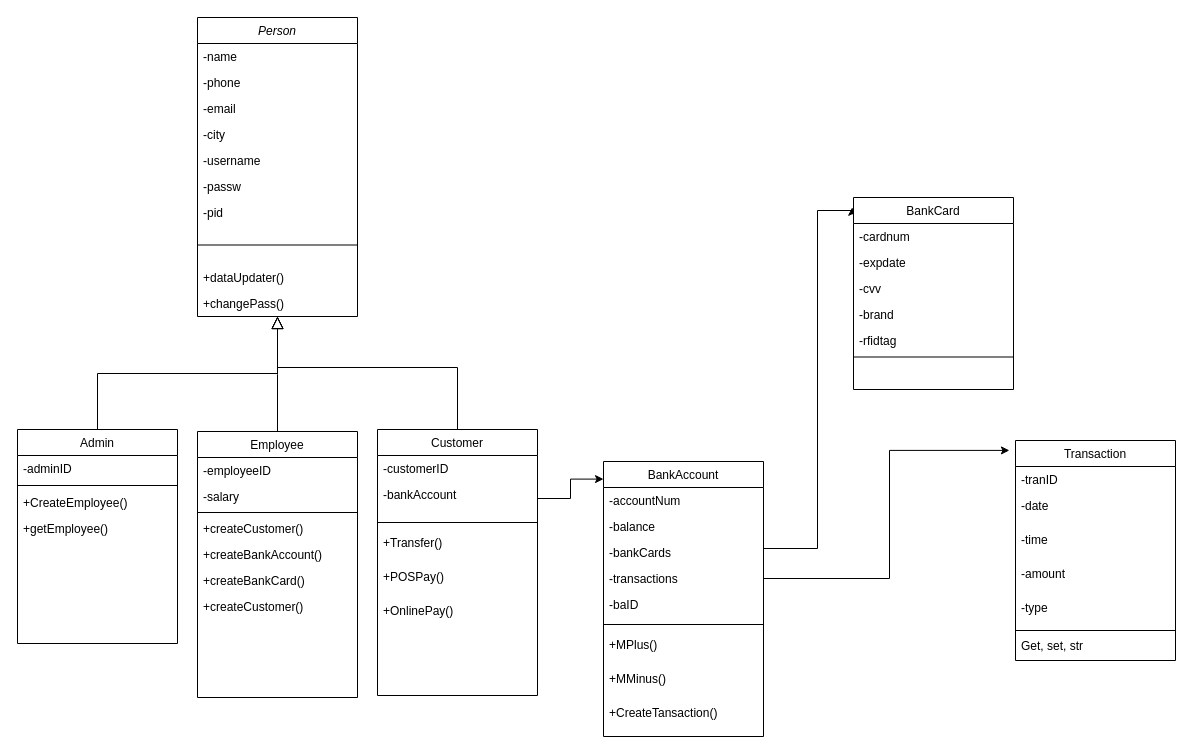
Earlier version of the draw.io diagram OOP Python/Project - Bank/bank.drawio (ladamtla/School). Source tidied: cells renumbered, new cells numbered last; positions are measured from the earlier drawing's top-left corner, leaving out a move shared by most shapes. Both pictures are drawn from the tidied source at 100%, with x=0, y=0 at pixel (17, 17).
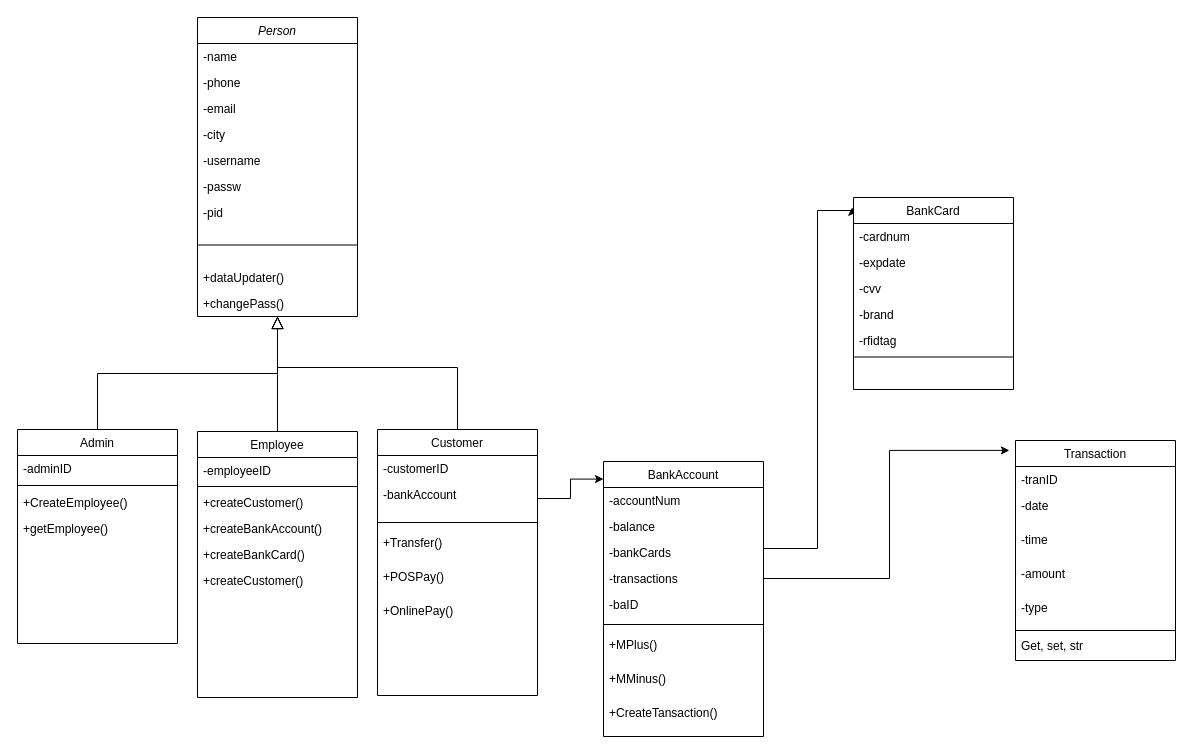
After the change.

Unchanged cells that the change refers to:
```xml
<mxCell id="19" value="Employee" style="swimlane;fontStyle=0;align=center;verticalAlign=top;horizontal=1;startSize=26;rounded=0;shadow=0;strokeWidth=1;" parent="1" vertex="1">
  <mxGeometry x="180" y="414" width="160" height="266" as="geometry" />
</mxCell>
```

What changed in the source:
```diff
@@
-    <mxCell id="21" value="-salary" style="text;align=left;verticalAlign=top;spacingLeft=4;spacingRight=4;overflow=hidden;rounded=0;" parent="19" vertex="1">
-      <mxGeometry y="52" width="160" height="26" as="geometry" />
-    </mxCell>
     <mxCell id="22" style="line;html=1;strokeWidth=1;align=left;verticalAlign=middle;spacingTop=-1;spacingLeft=3;spacingRight=3;labelPosition=right;rounded=0;" parent="19" vertex="1">
-      <mxGeometry y="78" width="160" height="6" as="geometry" />
+      <mxGeometry y="52" width="160" height="6" as="geometry" />
     </mxCell>
     <mxCell id="23" value="+createCustomer()" style="text;align=left;verticalAlign=top;spacingLeft=4;spacingRight=4;overflow=hidden;rounded=0;" parent="19" vertex="1">
-      <mxGeometry y="84" width="160" height="26" as="geometry" />
+      <mxGeometry y="58" width="160" height="26" as="geometry" />
     </mxCell>
     <mxCell id="24" value="+createBankAccount()" style="text;align=left;verticalAlign=top;spacingLeft=4;spacingRight=4;overflow=hidden;rounded=0;" parent="19" vertex="1">
-      <mxGeometry y="110" width="160" height="26" as="geometry" />
+      <mxGeometry y="84" width="160" height="26" as="geometry" />
     </mxCell>
     <mxCell id="25" value="+createBankCard()" style="text;align=left;verticalAlign=top;spacingLeft=4;spacingRight=4;overflow=hidden;rounded=0;" parent="19" vertex="1">
-      <mxGeometry y="136" width="160" height="26" as="geometry" />
+      <mxGeometry y="110" width="160" height="26" as="geometry" />
     </mxCell>
     <mxCell id="26" value="+createCustomer()" style="text;align=left;verticalAlign=top;spacingLeft=4;spacingRight=4;overflow=hidden;rounded=0;" parent="19" vertex="1">
-      <mxGeometry y="162" width="160" height="26" as="geometry" />
+      <mxGeometry y="136" width="160" height="26" as="geometry" />
     </mxCell>
```
